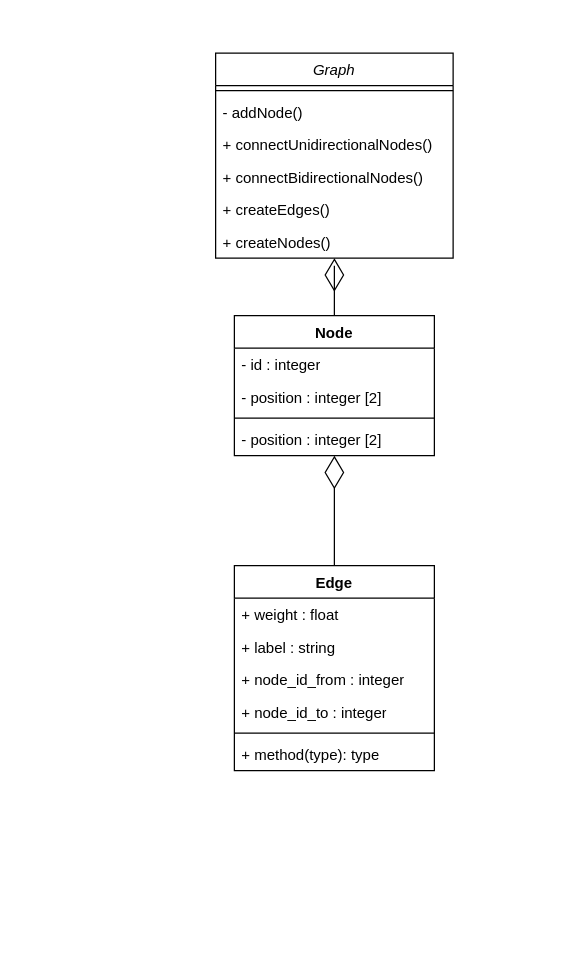
Earlier version of the draw.io diagram report/Diagram/Graph.drawio (estebanbecker/AP4B_project). Source tidied: cells renumbered, new cells numbered last; positions are measured from the earlier drawing's top-left corner, leaving out a move shared by most shapes. Both pictures are drawn from the tidied source at 125%, with x=0, y=0 at pixel (215, 52).
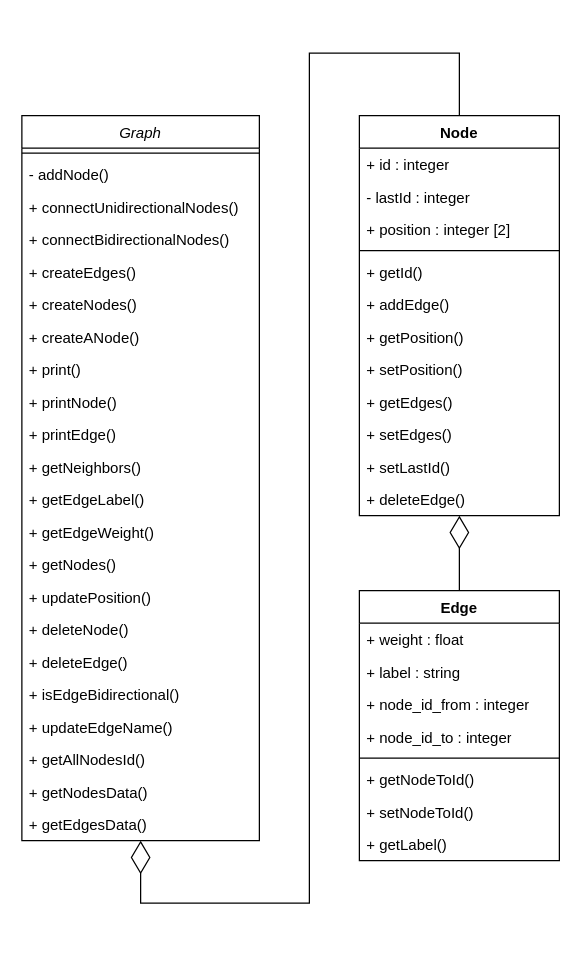
The same page after the edit.

Commit message (it also covers changes not shown here):
Mettre à jour Graph.drawio

What changed in the source:
```diff
@@
     <mxCell id="2" value="Graph" style="swimlane;fontStyle=2;align=center;verticalAlign=top;horizontal=1;startSize=26;rounded=0;shadow=0;strokeWidth=1;" parent="1" vertex="1">
-      <mxGeometry width="190" height="164" as="geometry" />
+      <mxGeometry x="-155" y="50" width="190" height="580" as="geometry" />
     </mxCell>
@@
+    <mxCell id="23" value="+ createANode()&#10;" style="text;align=left;verticalAlign=top;spacingLeft=4;spacingRight=4;overflow=hidden;" parent="2" vertex="1">
+      <mxGeometry y="164" width="190" height="26" as="geometry" />
+    </mxCell>
+    <mxCell id="24" value="+ print()&#10;" style="text;align=left;verticalAlign=top;spacingLeft=4;spacingRight=4;overflow=hidden;" parent="2" vertex="1">
+      <mxGeometry y="190" width="190" height="26" as="geometry" />
+    </mxCell>
+    <mxCell id="25" value="+ printNode()&#10;" style="text;align=left;verticalAlign=top;spacingLeft=4;spacingRight=4;overflow=hidden;" parent="2" vertex="1">
+      <mxGeometry y="216" width="190" height="26" as="geometry" />
+    </mxCell>
+    <mxCell id="26" value="+ printEdge()&#10;" style="text;align=left;verticalAlign=top;spacingLeft=4;spacingRight=4;overflow=hidden;" parent="2" vertex="1">
+      <mxGeometry y="242" width="190" height="26" as="geometry" />
+    </mxCell>
+    <mxCell id="27" value="+ getNeighbors()&#10;" style="text;align=left;verticalAlign=top;spacingLeft=4;spacingRight=4;overflow=hidden;" parent="2" vertex="1">
+      <mxGeometry y="268" width="190" height="26" as="geometry" />
+    </mxCell>
+    <mxCell id="28" value="+ getEdgeLabel()&#10;" style="text;align=left;verticalAlign=top;spacingLeft=4;spacingRight=4;overflow=hidden;" parent="2" vertex="1">
+      <mxGeometry y="294" width="190" height="26" as="geometry" />
+    </mxCell>
+    <mxCell id="29" value="+ getEdgeWeight()&#10;" style="text;align=left;verticalAlign=top;spacingLeft=4;spacingRight=4;overflow=hidden;" parent="2" vertex="1">
+      <mxGeometry y="320" width="190" height="26" as="geometry" />
+    </mxCell>
+    <mxCell id="30" value="+ getNodes()&#10;" style="text;align=left;verticalAlign=top;spacingLeft=4;spacingRight=4;overflow=hidden;" parent="2" vertex="1">
+      <mxGeometry y="346" width="190" height="26" as="geometry" />
+    </mxCell>
+    <mxCell id="31" value="+ updatePosition()&#10;" style="text;align=left;verticalAlign=top;spacingLeft=4;spacingRight=4;overflow=hidden;" parent="2" vertex="1">
+      <mxGeometry y="372" width="190" height="26" as="geometry" />
+    </mxCell>
+    <mxCell id="32" value="+ deleteNode()&#10;" style="text;align=left;verticalAlign=top;spacingLeft=4;spacingRight=4;overflow=hidden;" parent="2" vertex="1">
+      <mxGeometry y="398" width="190" height="26" as="geometry" />
+    </mxCell>
+    <mxCell id="33" value="+ deleteEdge()&#10;" style="text;align=left;verticalAlign=top;spacingLeft=4;spacingRight=4;overflow=hidden;" parent="2" vertex="1">
+      <mxGeometry y="424" width="190" height="26" as="geometry" />
+    </mxCell>
+    <mxCell id="34" value="+ isEdgeBidirectional()&#10;" style="text;align=left;verticalAlign=top;spacingLeft=4;spacingRight=4;overflow=hidden;" parent="2" vertex="1">
+      <mxGeometry y="450" width="190" height="26" as="geometry" />
+    </mxCell>
+    <mxCell id="35" value="+ updateEdgeName()&#10;" style="text;align=left;verticalAlign=top;spacingLeft=4;spacingRight=4;overflow=hidden;" parent="2" vertex="1">
+      <mxGeometry y="476" width="190" height="26" as="geometry" />
+    </mxCell>
+    <mxCell id="36" value="+ getAllNodesId()&#10;" style="text;align=left;verticalAlign=top;spacingLeft=4;spacingRight=4;overflow=hidden;" parent="2" vertex="1">
+      <mxGeometry y="502" width="190" height="26" as="geometry" />
+    </mxCell>
+    <mxCell id="37" value="+ getNodesData()&#10;" style="text;align=left;verticalAlign=top;spacingLeft=4;spacingRight=4;overflow=hidden;" parent="2" vertex="1">
+      <mxGeometry y="528" width="190" height="26" as="geometry" />
+    </mxCell>
+    <mxCell id="38" value="+ getEdgesData()&#10;" style="text;align=left;verticalAlign=top;spacingLeft=4;spacingRight=4;overflow=hidden;" parent="2" vertex="1">
+      <mxGeometry y="554" width="190" height="26" as="geometry" />
+    </mxCell>
     <mxCell id="9" style="endArrow=diamondThin;endFill=0;endSize=24;html=1;rounded=0;entryX=0.5;entryY=1;entryDx=0;entryDy=0;exitX=0.5;exitY=0;exitDx=0;exitDy=0;" parent="1" edge="1" source="10" target="2">
       <mxGeometry relative="1" as="geometry">
         <Array as="points">
-          <mxPoint x="95" y="170" />
+          <mxPoint x="195" />
+          <mxPoint x="75" />
+          <mxPoint x="75" y="680" />
+          <mxPoint x="-60" y="680" />
         </Array>
       </mxGeometry>
     </mxCell>
     <mxCell id="10" value="Node" style="swimlane;fontStyle=1;align=center;verticalAlign=top;horizontal=1;startSize=26;whiteSpace=wrap;html=1;" parent="1" vertex="1">
-      <mxGeometry x="15" y="210" width="160" height="112" as="geometry" />
+      <mxGeometry x="115" y="50" width="160" height="320" as="geometry" />
     </mxCell>
-    <mxCell id="11" value="- id : integer" style="text;strokeColor=none;fillColor=none;align=left;verticalAlign=top;spacingLeft=4;spacingRight=4;overflow=hidden;whiteSpace=wrap;html=1;" parent="10" vertex="1">
+    <mxCell id="11" value="+ id : integer" style="text;strokeColor=none;fillColor=none;align=left;verticalAlign=top;spacingLeft=4;spacingRight=4;overflow=hidden;whiteSpace=wrap;html=1;" parent="10" vertex="1">
       <mxGeometry y="26" width="160" height="26" as="geometry" />
     </mxCell>
+    <mxCell id="39" value="- lastId : integer" style="text;strokeColor=none;fillColor=none;align=left;verticalAlign=top;spacingLeft=4;spacingRight=4;overflow=hidden;whiteSpace=wrap;html=1;" parent="10" vertex="1">
+      <mxGeometry y="52" width="160" height="26" as="geometry" />
+    </mxCell>
-    <mxCell id="12" value="- position : integer [2]" style="text;strokeColor=none;fillColor=none;align=left;verticalAlign=top;spacingLeft=4;spacingRight=4;overflow=hidden;whiteSpace=wrap;html=1;" parent="10" vertex="1">
-      <mxGeometry y="52" width="160" height="26" as="geometry" />
+    <mxCell id="12" value="+ position : integer [2]" style="text;strokeColor=none;fillColor=none;align=left;verticalAlign=top;spacingLeft=4;spacingRight=4;overflow=hidden;whiteSpace=wrap;html=1;" parent="10" vertex="1">
+      <mxGeometry y="78" width="160" height="26" as="geometry" />
     </mxCell>
     <mxCell id="13" style="line;strokeWidth=1;fillColor=none;align=left;verticalAlign=middle;spacingTop=-1;spacingLeft=3;spacingRight=3;labelPosition=right;strokeColor=inherit;" parent="10" vertex="1">
-      <mxGeometry y="78" width="160" height="8" as="geometry" />
+      <mxGeometry y="104" width="160" height="8" as="geometry" />
     </mxCell>
-    <mxCell id="14" value="- position : integer [2]" style="text;strokeColor=none;fillColor=none;align=left;verticalAlign=top;spacingLeft=4;spacingRight=4;overflow=hidden;whiteSpace=wrap;html=1;" parent="10" vertex="1">
-      <mxGeometry y="86" width="160" height="26" as="geometry" />
+    <mxCell id="14" value="+ getId()" style="text;strokeColor=none;fillColor=none;align=left;verticalAlign=top;spacingLeft=4;spacingRight=4;overflow=hidden;whiteSpace=wrap;html=1;" parent="10" vertex="1">
+      <mxGeometry y="112" width="160" height="26" as="geometry" />
     </mxCell>
+    <mxCell id="40" value="+ addEdge()" style="text;strokeColor=none;fillColor=none;align=left;verticalAlign=top;spacingLeft=4;spacingRight=4;overflow=hidden;whiteSpace=wrap;html=1;" parent="10" vertex="1">
+      <mxGeometry y="138" width="160" height="26" as="geometry" />
+    </mxCell>
+    <mxCell id="41" value="+ getPosition()" style="text;strokeColor=none;fillColor=none;align=left;verticalAlign=top;spacingLeft=4;spacingRight=4;overflow=hidden;whiteSpace=wrap;html=1;" parent="10" vertex="1">
+      <mxGeometry y="164" width="160" height="26" as="geometry" />
+    </mxCell>
+    <mxCell id="42" value="+ setPosition()" style="text;strokeColor=none;fillColor=none;align=left;verticalAlign=top;spacingLeft=4;spacingRight=4;overflow=hidden;whiteSpace=wrap;html=1;" parent="10" vertex="1">
+      <mxGeometry y="190" width="160" height="26" as="geometry" />
+    </mxCell>
+    <mxCell id="43" value="+ getEdges()" style="text;strokeColor=none;fillColor=none;align=left;verticalAlign=top;spacingLeft=4;spacingRight=4;overflow=hidden;whiteSpace=wrap;html=1;" parent="10" vertex="1">
+      <mxGeometry y="216" width="160" height="26" as="geometry" />
+    </mxCell>
+    <mxCell id="44" value="+ setEdges()" style="text;strokeColor=none;fillColor=none;align=left;verticalAlign=top;spacingLeft=4;spacingRight=4;overflow=hidden;whiteSpace=wrap;html=1;" parent="10" vertex="1">
+      <mxGeometry y="242" width="160" height="26" as="geometry" />
+    </mxCell>
+    <mxCell id="45" value="+ setLastId()" style="text;strokeColor=none;fillColor=none;align=left;verticalAlign=top;spacingLeft=4;spacingRight=4;overflow=hidden;whiteSpace=wrap;html=1;" parent="10" vertex="1">
+      <mxGeometry y="268" width="160" height="26" as="geometry" />
+    </mxCell>
+    <mxCell id="46" value="+ deleteEdge()" style="text;strokeColor=none;fillColor=none;align=left;verticalAlign=top;spacingLeft=4;spacingRight=4;overflow=hidden;whiteSpace=wrap;html=1;" parent="10" vertex="1">
+      <mxGeometry y="294" width="160" height="26" as="geometry" />
+    </mxCell>
     <mxCell id="15" value="Edge" style="swimlane;fontStyle=1;align=center;verticalAlign=top;horizontal=1;startSize=26;whiteSpace=wrap;html=1;" parent="1" vertex="1">
-      <mxGeometry x="15" y="410" width="160" height="164" as="geometry" />
+      <mxGeometry x="115" y="430" width="160" height="216" as="geometry" />
     </mxCell>
@@
-    <mxCell id="21" value="+ method(type): type" style="text;strokeColor=none;fillColor=none;align=left;verticalAlign=top;spacingLeft=4;spacingRight=4;overflow=hidden;whiteSpace=wrap;html=1;" parent="15" vertex="1">
+    <mxCell id="21" value="+ getNodeToId()" style="text;strokeColor=none;fillColor=none;align=left;verticalAlign=top;spacingLeft=4;spacingRight=4;overflow=hidden;whiteSpace=wrap;html=1;" parent="15" vertex="1">
       <mxGeometry y="138" width="160" height="26" as="geometry" />
     </mxCell>
+    <mxCell id="47" value="+ setNodeToId()" style="text;strokeColor=none;fillColor=none;align=left;verticalAlign=top;spacingLeft=4;spacingRight=4;overflow=hidden;whiteSpace=wrap;html=1;" parent="15" vertex="1">
+      <mxGeometry y="164" width="160" height="26" as="geometry" />
+    </mxCell>
+    <mxCell id="48" value="+ getLabel()" style="text;strokeColor=none;fillColor=none;align=left;verticalAlign=top;spacingLeft=4;spacingRight=4;overflow=hidden;whiteSpace=wrap;html=1;" parent="15" vertex="1">
+      <mxGeometry y="190" width="160" height="26" as="geometry" />
+    </mxCell>
```
